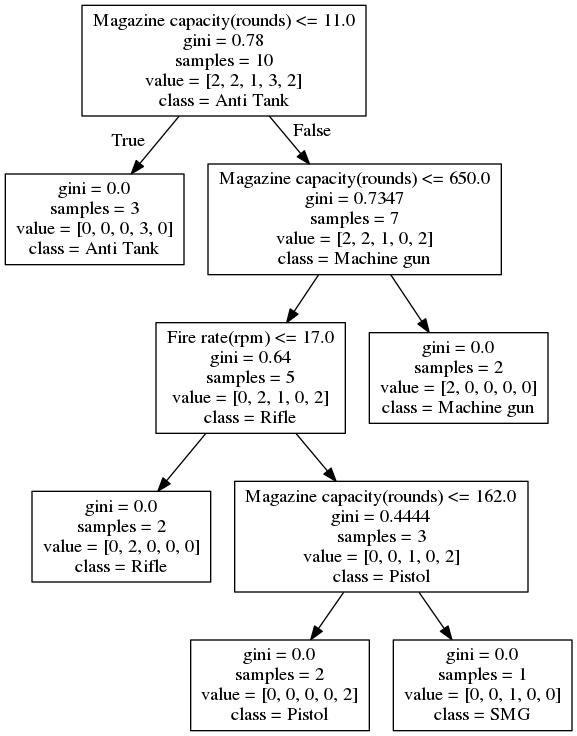
Earlier version of the Graphviz export rifles/dogs.png (mjstein/scilearn). Its source is kept beside it as rifles/dogs.dot.
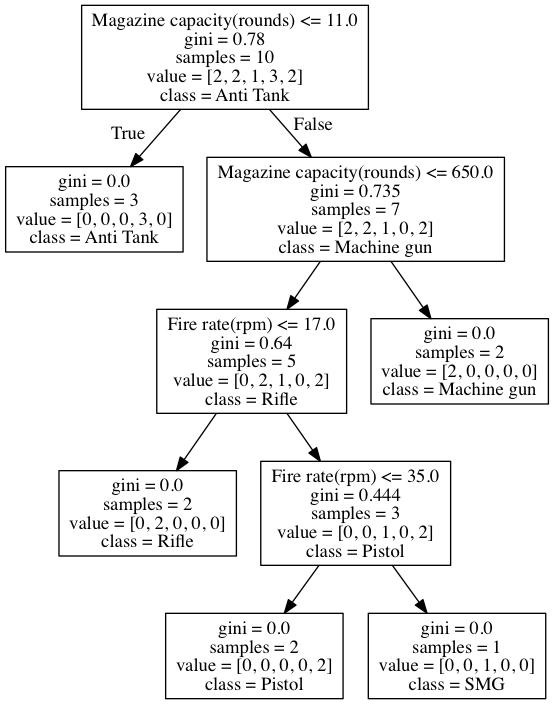
The same file after the commit.

Change to the diagram source:
```diff
@@ -3,13 +3,13 @@
 0 [label="Magazine capacity(rounds) <= 11.0\ngini = 0.78\nsamples = 10\nvalue = [2, 2, 1, 3, 2]\nclass = Anti Tank"] ;
 1 [label="gini = 0.0\nsamples = 3\nvalue = [0, 0, 0, 3, 0]\nclass = Anti Tank"] ;
 0 -> 1 [labeldistance=2.5, labelangle=45, headlabel="True"] ;
-2 [label="Magazine capacity(rounds) <= 650.0\ngini = 0.7347\nsamples = 7\nvalue = [2, 2, 1, 0, 2]\nclass = Machine gun"] ;
+2 [label="Magazine capacity(rounds) <= 650.0\ngini = 0.735\nsamples = 7\nvalue = [2, 2, 1, 0, 2]\nclass = Machine gun"] ;
 0 -> 2 [labeldistance=2.5, labelangle=-45, headlabel="False"] ;
 3 [label="Fire rate(rpm) <= 17.0\ngini = 0.64\nsamples = 5\nvalue = [0, 2, 1, 0, 2]\nclass = Rifle"] ;
 2 -> 3 ;
 4 [label="gini = 0.0\nsamples = 2\nvalue = [0, 2, 0, 0, 0]\nclass = Rifle"] ;
 3 -> 4 ;
-5 [label="Magazine capacity(rounds) <= 162.0\ngini = 0.4444\nsamples = 3\nvalue = [0, 0, 1, 0, 2]\nclass = Pistol"] ;
+5 [label="Fire rate(rpm) <= 35.0\ngini = 0.444\nsamples = 3\nvalue = [0, 0, 1, 0, 2]\nclass = Pistol"] ;
 3 -> 5 ;
 6 [label="gini = 0.0\nsamples = 2\nvalue = [0, 0, 0, 0, 2]\nclass = Pistol"] ;
 5 -> 6 ;
```
